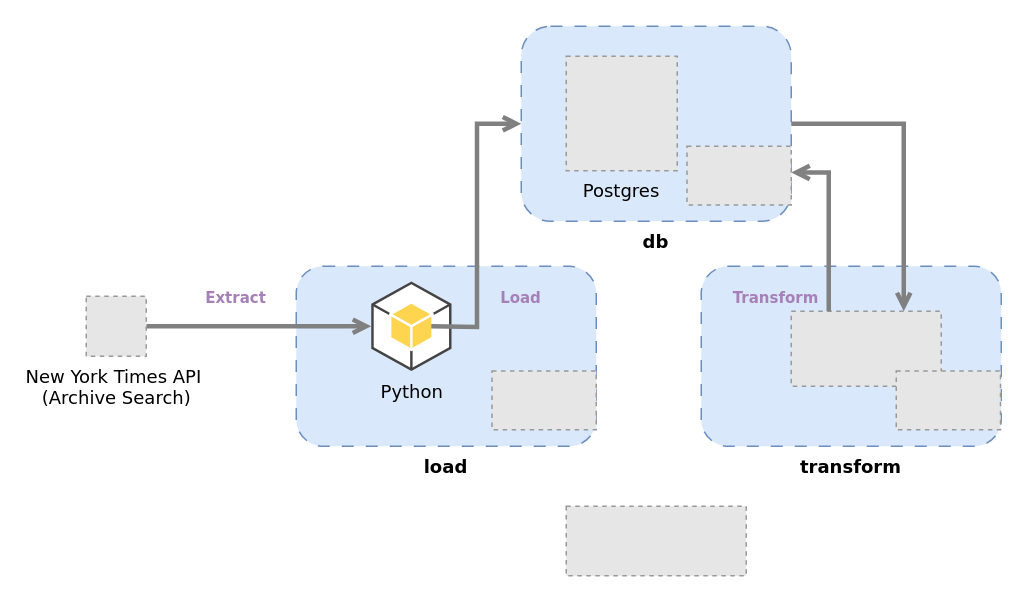
Above: docs/diagrams/architecture.drawio in johnnyb1694/headline-analytics-pipeline (draw.io), before the change. Source tidied: cells renumbered, new cells numbered last; positions are measured from the earlier drawing's top-left corner, leaving out a move shared by most shapes. Both pictures are drawn from the tidied source at 150%, with x=0, y=0 at pixel (86, 26). Pictures stored in the file or linked from it are replaced by grey dashed boxes.
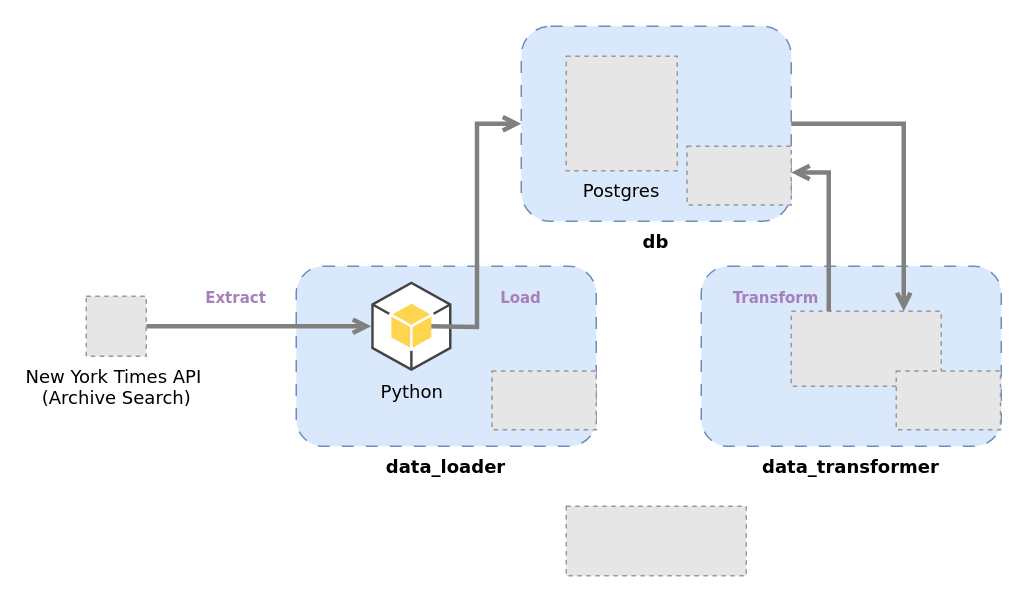
Above is the later version.

Commit message (it also covers changes not shown here):
[Update]: (docs) updated architecture diagram

Diff of the diagram source:
```diff
@@
-    <mxCell id="2" value="transform" style="rounded=1;whiteSpace=wrap;html=1;fillColor=#dae8fc;dashed=1;dashPattern=8 8;fontFamily=Verdana;labelPosition=center;verticalLabelPosition=bottom;align=center;verticalAlign=top;fontStyle=1;strokeColor=#6c8ebf;" parent="1" vertex="1">
+    <mxCell id="2" value="data_transformer" style="rounded=1;whiteSpace=wrap;html=1;fillColor=#dae8fc;dashed=1;dashPattern=8 8;fontFamily=Verdana;labelPosition=center;verticalLabelPosition=bottom;align=center;verticalAlign=top;fontStyle=1;strokeColor=#6c8ebf;" parent="1" vertex="1">
       <mxGeometry x="410" y="160" width="200" height="120" as="geometry" />
     </mxCell>
-    <mxCell id="3" value="load" style="rounded=1;whiteSpace=wrap;html=1;fillColor=#dae8fc;dashed=1;dashPattern=8 8;fontFamily=Verdana;labelPosition=center;verticalLabelPosition=bottom;align=center;verticalAlign=top;fontStyle=1;strokeColor=#6c8ebf;" parent="1" vertex="1">
+    <mxCell id="3" value="data_loader" style="rounded=1;whiteSpace=wrap;html=1;fillColor=#dae8fc;dashed=1;dashPattern=8 8;fontFamily=Verdana;labelPosition=center;verticalLabelPosition=bottom;align=center;verticalAlign=top;fontStyle=1;strokeColor=#6c8ebf;" parent="1" vertex="1">
       <mxGeometry x="140" y="160" width="200" height="120" as="geometry" />
     </mxCell>
```
